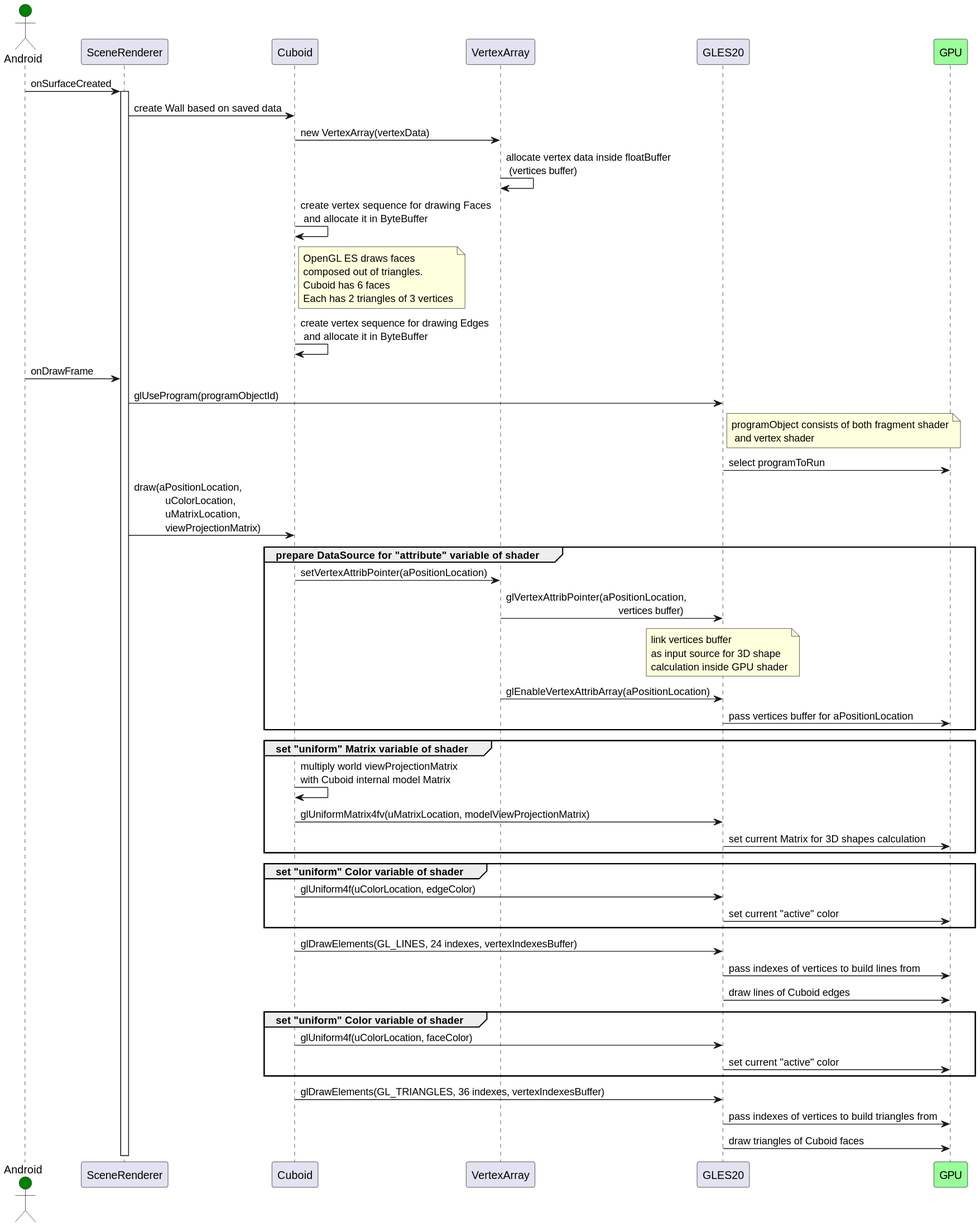
Before: ilustracje/uml_sequence_render_objects.svg, a diagram exported from PlantUML (bogumil-latuszek/virtual_gallery_3D). Source of this version:
```plantuml
@startuml
actor       Android       as Android1 #green
participant MyGLRenderer as MyGLRenderer
participant Cuboid as Cuboid
participant VertexArray as VertexArray
participant GLES20 as GLES20
participant GPU as GPU #99FF99

Android1 -> MyGLRenderer: onSurfaceCreated
activate MyGLRenderer
MyGLRenderer -> Cuboid: create Wall based on saved data
Cuboid -> VertexArray: new VertexArray(vertexData)
VertexArray -> VertexArray: allocate vertex data inside floatBuffer \n (vertices buffer)

Cuboid -> Cuboid: create vertex sequence  for drawing Faces \n and allocate it in ByteBuffer
note right Cuboid
OpenGL ES draws faces
composed out of triangles.
Cuboid has 6 faces
Each has 2 triangles of 3 vertices
end note
Cuboid -> Cuboid: create vertex sequence for drawing Edges \n and allocate it in ByteBuffer

Android1 -> MyGLRenderer: onDrawFrame

MyGLRenderer -> GLES20: glUseProgram(programObjectId)
note right GLES20
programObject consists of both fragment shader
 and vertex shader
end note
GLES20 -> GPU: select programToRun

MyGLRenderer -> Cuboid: draw(aPositionLocation,\n          uColorLocation,\n          uMatrixLocation,\n          viewProjectionMatrix)
group prepare DataSource for "attribute" variable of shader
Cuboid -> VertexArray: setVertexAttribPointer(aPositionLocation)
VertexArray -> GLES20: glVertexAttribPointer(aPositionLocation,\n                                    vertices buffer)
note over GLES20
link vertices buffer
as input source for 3D shape
calculation inside GPU shader
end note
VertexArray -> GLES20: glEnableVertexAttribArray(aPositionLocation)
GLES20 -> GPU: pass vertices buffer for aPositionLocation
end

group set "uniform" Matrix variable of shader
Cuboid -> Cuboid: multiply world viewProjectionMatrix\nwith Cuboid internal model Matrix
Cuboid -> GLES20: glUniformMatrix4fv(uMatrixLocation, modelViewProjectionMatrix)
GLES20 -> GPU: set current Matrix for 3D shapes calculation
end

group set "uniform" Color variable of shader
Cuboid -> GLES20: glUniform4f(uColorLocation, edgeColor)
GLES20 -> GPU: set current "active" color
end

Cuboid -> GLES20: glDrawElements(GL_LINES, 24 indexes, vertexIndexesBuffer)
GLES20 -> GPU: pass indexes of vertices to build lines from
GLES20 -> GPU: draw lines of Cuboid edges

group set "uniform" Color variable of shader
Cuboid -> GLES20: glUniform4f(uColorLocation, faceColor)
GLES20 -> GPU: set current "active" color
end


Cuboid -> GLES20: glDrawElements(GL_TRIANGLES, 36 indexes, vertexIndexesBuffer)
GLES20 -> GPU: pass indexes of vertices to build triangles from
GLES20 -> GPU: draw triangles of Cuboid faces
@enduml
```
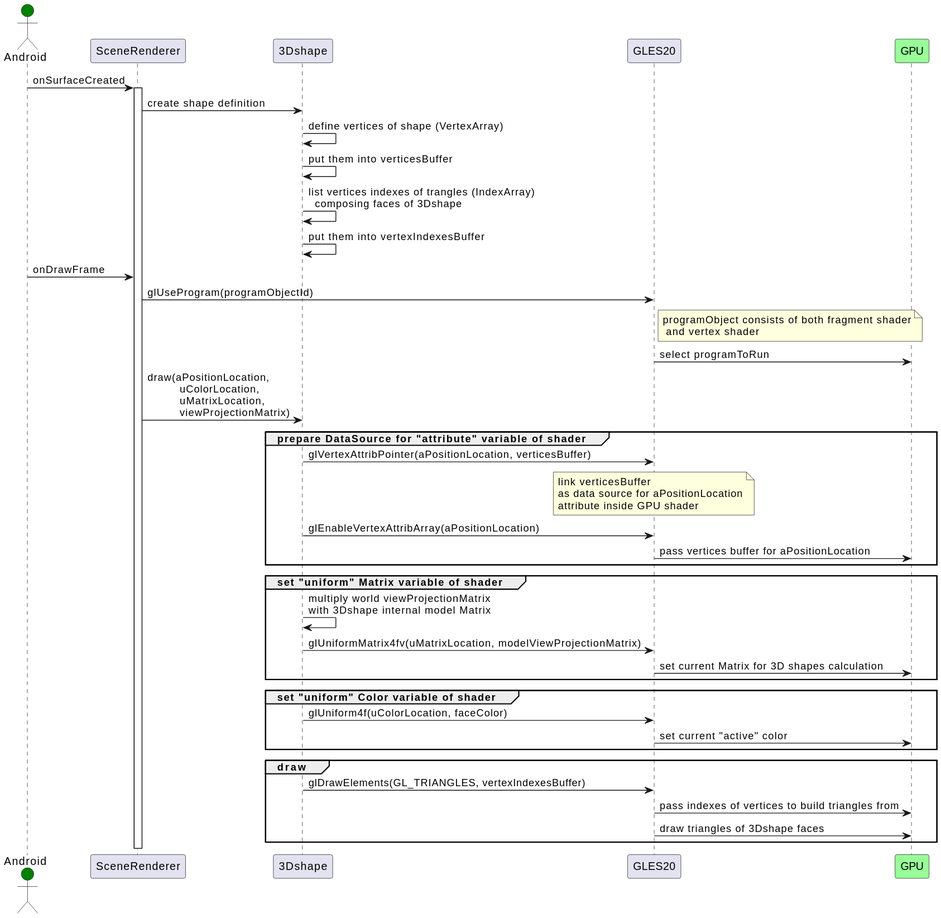
Above is the later version.

Commit message:
regeneracja SVG diagramów UML użytych w pracy ze zmienionych plików .puml

The edit, as a diff of the source:
```diff
@@ -1,70 +1,56 @@
 @startuml
 actor       Android       as Android1 #green
-participant MyGLRenderer as MyGLRenderer
-participant Cuboid as Cuboid
-participant VertexArray as VertexArray
+participant SceneRenderer as SceneRenderer
+participant 3Dshape as 3Dshape
 participant GLES20 as GLES20
 participant GPU as GPU #99FF99
 
-Android1 -> MyGLRenderer: onSurfaceCreated
-activate MyGLRenderer
-MyGLRenderer -> Cuboid: create Wall based on saved data
-Cuboid -> VertexArray: new VertexArray(vertexData)
-VertexArray -> VertexArray: allocate vertex data inside floatBuffer \n (vertices buffer)
+Android1 -> SceneRenderer: onSurfaceCreated
+activate SceneRenderer
+SceneRenderer -> 3Dshape: create shape definition
+3Dshape -> 3Dshape: define vertices of shape (VertexArray)
+3Dshape -> 3Dshape: put them into verticesBuffer
 
-Cuboid -> Cuboid: create vertex sequence  for drawing Faces \n and allocate it in ByteBuffer
-note right Cuboid
-OpenGL ES draws faces
-composed out of triangles.
-Cuboid has 6 faces
-Each has 2 triangles of 3 vertices
-end note
-Cuboid -> Cuboid: create vertex sequence for drawing Edges \n and allocate it in ByteBuffer
+3Dshape -> 3Dshape: list vertices indexes of trangles (IndexArray) \n  composing faces of 3Dshape
+3Dshape -> 3Dshape: put them into vertexIndexesBuffer
 
-Android1 -> MyGLRenderer: onDrawFrame
+Android1 -> SceneRenderer: onDrawFrame
 
-MyGLRenderer -> GLES20: glUseProgram(programObjectId)
+SceneRenderer -> GLES20: glUseProgram(programObjectId)
 note right GLES20
 programObject consists of both fragment shader
  and vertex shader
 end note
 GLES20 -> GPU: select programToRun
 
-MyGLRenderer -> Cuboid: draw(aPositionLocation,\n          uColorLocation,\n          uMatrixLocation,\n          viewProjectionMatrix)
+
+SceneRenderer -> 3Dshape: draw(aPositionLocation,\n          uColorLocation,\n          uMatrixLocation,\n          viewProjectionMatrix)
 group prepare DataSource for "attribute" variable of shader
-Cuboid -> VertexArray: setVertexAttribPointer(aPositionLocation)
-VertexArray -> GLES20: glVertexAttribPointer(aPositionLocation,\n                                    vertices buffer)
+3Dshape -> GLES20: glVertexAttribPointer(aPositionLocation, verticesBuffer)
 note over GLES20
-link vertices buffer
-as input source for 3D shape
-calculation inside GPU shader
+link verticesBuffer
+as data source for aPositionLocation
+attribute inside GPU shader
 end note
-VertexArray -> GLES20: glEnableVertexAttribArray(aPositionLocation)
+3Dshape -> GLES20: glEnableVertexAttribArray(aPositionLocation)
 GLES20 -> GPU: pass vertices buffer for aPositionLocation
 end
 
 group set "uniform" Matrix variable of shader
-Cuboid -> Cuboid: multiply world viewProjectionMatrix\nwith Cuboid internal model Matrix
-Cuboid -> GLES20: glUniformMatrix4fv(uMatrixLocation, modelViewProjectionMatrix)
+3Dshape -> 3Dshape: multiply world viewProjectionMatrix\nwith 3Dshape internal model Matrix
+3Dshape -> GLES20: glUniformMatrix4fv(uMatrixLocation, modelViewProjectionMatrix)
 GLES20 -> GPU: set current Matrix for 3D shapes calculation
 end
 
+
 group set "uniform" Color variable of shader
-Cuboid -> GLES20: glUniform4f(uColorLocation, edgeColor)
+3Dshape -> GLES20: glUniform4f(uColorLocation, faceColor)
 GLES20 -> GPU: set current "active" color
 end
 
-Cuboid -> GLES20: glDrawElements(GL_LINES, 24 indexes, vertexIndexesBuffer)
-GLES20 -> GPU: pass indexes of vertices to build lines from
-GLES20 -> GPU: draw lines of Cuboid edges
-
-group set "uniform" Color variable of shader
-Cuboid -> GLES20: glUniform4f(uColorLocation, faceColor)
-GLES20 -> GPU: set current "active" color
+group draw
+3Dshape -> GLES20: glDrawElements(GL_TRIANGLES, vertexIndexesBuffer)
+GLES20 -> GPU: pass indexes of vertices to build triangles from
+GLES20 -> GPU: draw triangles of 3Dshape faces
 end
-
-
-Cuboid -> GLES20: glDrawElements(GL_TRIANGLES, 36 indexes, vertexIndexesBuffer)
-GLES20 -> GPU: pass indexes of vertices to build triangles from
-GLES20 -> GPU: draw triangles of Cuboid faces
 @enduml
```
